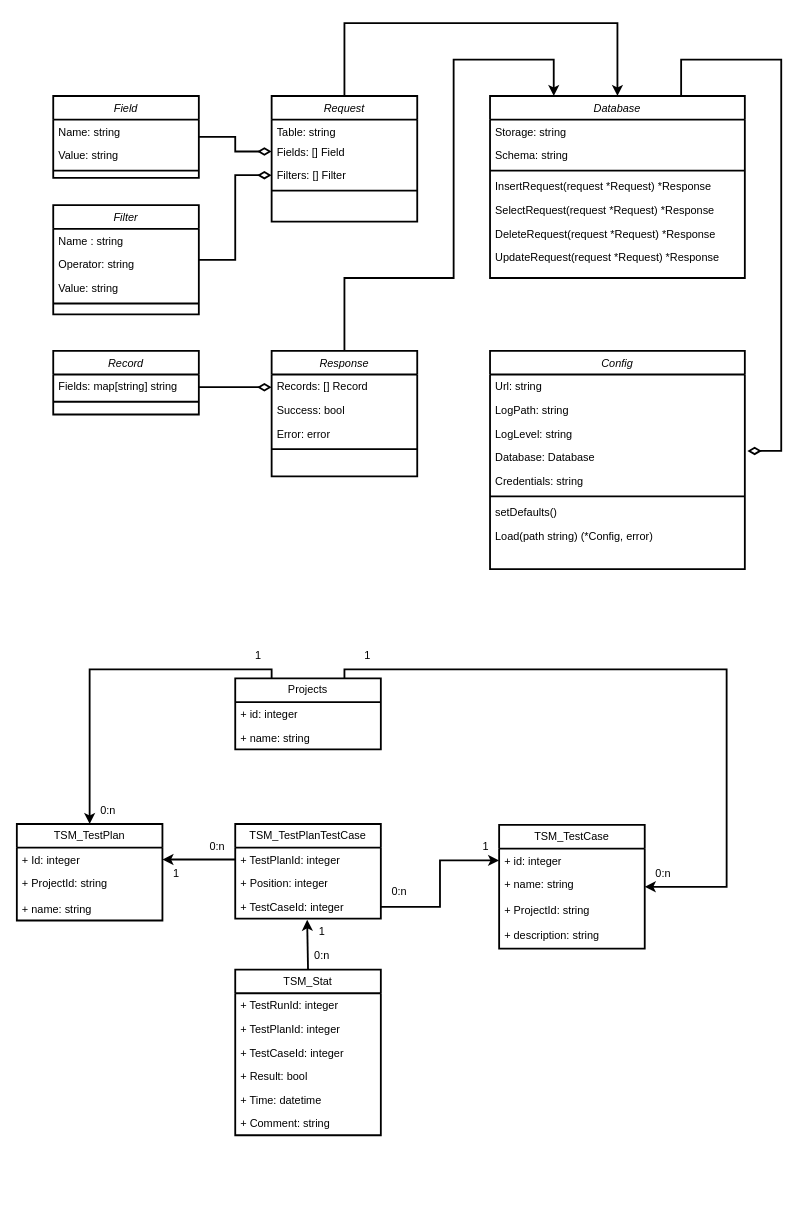
necroin/test-system-manager keeps this draw.io diagram as page "uml" (4 of 4) of docs/diagrams.drawio. Above is the earlier version. Source tidied: cells renumbered, new cells numbered last; positions are measured from the earlier drawing's top-left corner, leaving out a move shared by most shapes. Both pictures are drawn from the tidied source at 91%, with x=0, y=0 at pixel (16, 23).
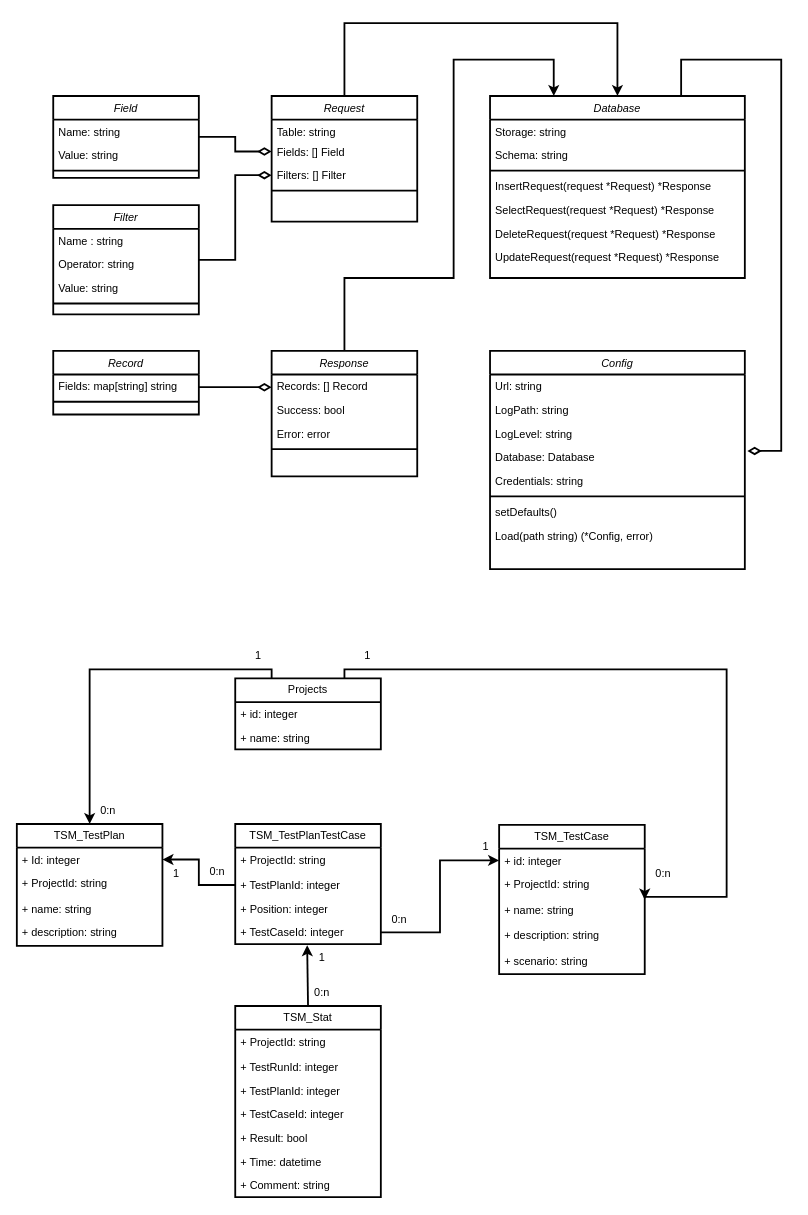
The same page after the edit.

Unchanged cells that the change refers to:
```xml
<mxCell id="45" value="Projects" style="swimlane;fontStyle=0;horizontal=1;startSize=26;fillColor=none;whiteSpace=wrap;html=1;strokeWidth=2;" parent="1" vertex="1">
  <mxGeometry x="240" y="720" width="160" height="78" as="geometry" />
</mxCell>
```

What changed in the source:
```diff
@@
     <mxCell id="48" value="TSM_TestCase" style="swimlane;fontStyle=0;horizontal=1;startSize=26;fillColor=none;whiteSpace=wrap;html=1;strokeWidth=2;" parent="1" vertex="1">
-      <mxGeometry x="530" y="881" width="160" height="136" as="geometry" />
+      <mxGeometry x="530" y="881" width="160" height="164" as="geometry" />
     </mxCell>
@@
+    <mxCell id="51" value="+ ProjectId: string" style="text;strokeColor=none;fillColor=none;align=left;verticalAlign=top;spacingLeft=4;spacingRight=4;overflow=hidden;whiteSpace=wrap;html=1;strokeWidth=2;" parent="48" vertex="1">
+      <mxGeometry y="52" width="160" height="28" as="geometry" />
+    </mxCell>
     <mxCell id="50" value="+ name: string" style="text;strokeColor=none;fillColor=none;align=left;verticalAlign=top;spacingLeft=4;spacingRight=4;overflow=hidden;whiteSpace=wrap;html=1;strokeWidth=2;" parent="48" vertex="1">
-      <mxGeometry y="52" width="160" height="28" as="geometry" />
+      <mxGeometry y="80" width="160" height="28" as="geometry" />
     </mxCell>
-    <mxCell id="51" value="+ ProjectId: string" style="text;strokeColor=none;fillColor=none;align=left;verticalAlign=top;spacingLeft=4;spacingRight=4;overflow=hidden;whiteSpace=wrap;html=1;strokeWidth=2;" parent="48" vertex="1">
-      <mxGeometry y="80" width="160" height="28" as="geometry" />
-    </mxCell>
@@
+    <mxCell id="85" value="+ scenario: string" style="text;strokeColor=none;fillColor=none;align=left;verticalAlign=top;spacingLeft=4;spacingRight=4;overflow=hidden;whiteSpace=wrap;html=1;strokeWidth=2;" parent="48" vertex="1">
+      <mxGeometry y="136" width="160" height="28" as="geometry" />
+    </mxCell>
     <mxCell id="53" value="TSM_TestPlan" style="swimlane;fontStyle=0;horizontal=1;startSize=26;fillColor=none;whiteSpace=wrap;html=1;strokeWidth=2;" parent="1" vertex="1">
-      <mxGeometry y="880" width="160" height="106" as="geometry" />
+      <mxGeometry y="880" width="160" height="134" as="geometry" />
     </mxCell>
@@
+    <mxCell id="86" value="+ description: string" style="text;strokeColor=none;fillColor=none;align=left;verticalAlign=top;spacingLeft=4;spacingRight=4;overflow=hidden;whiteSpace=wrap;html=1;strokeWidth=2;" parent="53" vertex="1">
+      <mxGeometry y="106" width="160" height="28" as="geometry" />
+    </mxCell>
     <mxCell id="57" value="TSM_TestPlanTestCase" style="swimlane;fontStyle=0;horizontal=1;startSize=26;fillColor=none;whiteSpace=wrap;html=1;strokeWidth=2;" parent="1" vertex="1">
-      <mxGeometry x="240" y="880" width="160" height="104" as="geometry" />
+      <mxGeometry x="240" y="880" width="160" height="132" as="geometry" />
     </mxCell>
+    <mxCell id="87" value="+ ProjectId: string" style="text;strokeColor=none;fillColor=none;align=left;verticalAlign=top;spacingLeft=4;spacingRight=4;overflow=hidden;whiteSpace=wrap;html=1;strokeWidth=2;" parent="57" vertex="1">
+      <mxGeometry y="26" width="160" height="28" as="geometry" />
+    </mxCell>
     <mxCell id="58" value="+ TestPlanId: integer" style="text;strokeColor=none;fillColor=none;align=left;verticalAlign=top;spacingLeft=4;spacingRight=4;overflow=hidden;points=[[0,0.5],[1,0.5]];portConstraint=eastwest;whiteSpace=wrap;html=1;strokeWidth=2;" parent="57" vertex="1">
-      <mxGeometry y="26" width="160" height="26" as="geometry" />
+      <mxGeometry y="54" width="160" height="26" as="geometry" />
     </mxCell>
     <mxCell id="59" value="+ Position: integer" style="text;strokeColor=none;fillColor=none;align=left;verticalAlign=top;spacingLeft=4;spacingRight=4;overflow=hidden;whiteSpace=wrap;html=1;strokeWidth=2;" parent="57" vertex="1">
-      <mxGeometry y="52" width="160" height="26" as="geometry" />
+      <mxGeometry y="80" width="160" height="26" as="geometry" />
     </mxCell>
     <mxCell id="60" value="+ TestCaseId: integer" style="text;strokeColor=none;fillColor=none;align=left;verticalAlign=top;spacingLeft=4;spacingRight=4;overflow=hidden;points=[[0,0.5],[1,0.5]];portConstraint=eastwest;whiteSpace=wrap;html=1;strokeWidth=2;" parent="57" vertex="1">
-      <mxGeometry y="78" width="160" height="26" as="geometry" />
+      <mxGeometry y="106" width="160" height="26" as="geometry" />
     </mxCell>
     <mxCell id="61" style="edgeStyle=orthogonalEdgeStyle;rounded=0;jettySize=auto;html=1;entryX=1;entryY=0.5;entryDx=0;entryDy=0;exitX=0.75;exitY=0;exitDx=0;exitDy=0;strokeWidth=2;" parent="1" edge="1" source="45" target="48">
       <mxGeometry relative="1" as="geometry">
         <Array as="points">
           <mxPoint x="360" y="710" />
           <mxPoint x="780" y="710" />
-          <mxPoint x="780" y="949" />
+          <mxPoint x="780" y="960" />
+          <mxPoint x="690" y="960" />
         </Array>
       </mxGeometry>
     </mxCell>
@@
     <mxCell id="67" value="TSM_Stat" style="swimlane;fontStyle=0;horizontal=1;startSize=26;fillColor=none;whiteSpace=wrap;html=1;strokeWidth=2;" parent="1" vertex="1">
-      <mxGeometry x="240" y="1040" width="160" height="182" as="geometry" />
+      <mxGeometry x="240" y="1080" width="160" height="210" as="geometry" />
     </mxCell>
+    <mxCell id="88" value="+ ProjectId: string" style="text;strokeColor=none;fillColor=none;align=left;verticalAlign=top;spacingLeft=4;spacingRight=4;overflow=hidden;whiteSpace=wrap;html=1;strokeWidth=2;" parent="67" vertex="1">
+      <mxGeometry y="26" width="160" height="28" as="geometry" />
+    </mxCell>
     <mxCell id="68" value="+ TestRunId: integer" style="text;strokeColor=none;fillColor=none;align=left;verticalAlign=top;spacingLeft=4;spacingRight=4;overflow=hidden;whiteSpace=wrap;html=1;strokeWidth=2;" parent="67" vertex="1">
-      <mxGeometry y="26" width="160" height="26" as="geometry" />
+      <mxGeometry y="54" width="160" height="26" as="geometry" />
     </mxCell>
     <mxCell id="69" value="+ TestPlanId: integer" style="text;strokeColor=none;fillColor=none;align=left;verticalAlign=top;spacingLeft=4;spacingRight=4;overflow=hidden;whiteSpace=wrap;html=1;strokeWidth=2;" parent="67" vertex="1">
-      <mxGeometry y="52" width="160" height="26" as="geometry" />
+      <mxGeometry y="80" width="160" height="26" as="geometry" />
     </mxCell>
     <mxCell id="70" value="+ TestCaseId: integer" style="text;strokeColor=none;fillColor=none;align=left;verticalAlign=top;spacingLeft=4;spacingRight=4;overflow=hidden;whiteSpace=wrap;html=1;strokeWidth=2;" parent="67" vertex="1">
-      <mxGeometry y="78" width="160" height="26" as="geometry" />
+      <mxGeometry y="106" width="160" height="26" as="geometry" />
     </mxCell>
     <mxCell id="71" value="+ Result: bool" style="text;strokeColor=none;fillColor=none;align=left;verticalAlign=top;spacingLeft=4;spacingRight=4;overflow=hidden;whiteSpace=wrap;html=1;strokeWidth=2;" parent="67" vertex="1">
-      <mxGeometry y="104" width="160" height="26" as="geometry" />
+      <mxGeometry y="132" width="160" height="26" as="geometry" />
     </mxCell>
     <mxCell id="72" value="+ Time: datetime" style="text;strokeColor=none;fillColor=none;align=left;verticalAlign=top;spacingLeft=4;spacingRight=4;overflow=hidden;whiteSpace=wrap;html=1;strokeWidth=2;" parent="67" vertex="1">
-      <mxGeometry y="130" width="160" height="26" as="geometry" />
+      <mxGeometry y="158" width="160" height="26" as="geometry" />
     </mxCell>
     <mxCell id="73" value="+ Comment: string" style="text;strokeColor=none;fillColor=none;align=left;verticalAlign=top;spacingLeft=4;spacingRight=4;overflow=hidden;whiteSpace=wrap;html=1;strokeWidth=2;" parent="67" vertex="1">
-      <mxGeometry y="156" width="160" height="26" as="geometry" />
+      <mxGeometry y="184" width="160" height="26" as="geometry" />
     </mxCell>
@@
     <mxCell id="79" value="0:n" style="text;html=1;align=center;verticalAlign=middle;strokeColor=none;fillColor=none;strokeWidth=2;" parent="1" vertex="1">
-      <mxGeometry x="200" y="890" width="40" height="30" as="geometry" />
+      <mxGeometry x="200" y="918" width="40" height="30" as="geometry" />
     </mxCell>
@@
     <mxCell id="81" value="0:n" style="text;html=1;align=center;verticalAlign=middle;strokeColor=none;fillColor=none;strokeWidth=2;" parent="1" vertex="1">
-      <mxGeometry x="315" y="1010" width="40" height="30" as="geometry" />
+      <mxGeometry x="315" y="1050" width="40" height="30" as="geometry" />
     </mxCell>
     <mxCell id="82" value="1" style="text;html=1;align=center;verticalAlign=middle;strokeColor=none;fillColor=none;strokeWidth=2;" parent="1" vertex="1">
-      <mxGeometry x="320" y="984" width="30" height="30" as="geometry" />
+      <mxGeometry x="320" y="1012" width="30" height="30" as="geometry" />
     </mxCell>
@@
     <mxCell id="84" value="0:n" style="text;html=1;align=center;verticalAlign=middle;strokeColor=none;fillColor=none;strokeWidth=2;" parent="1" vertex="1">
-      <mxGeometry x="400" y="940" width="40" height="30" as="geometry" />
+      <mxGeometry x="400" y="970" width="40" height="30" as="geometry" />
     </mxCell>
```
